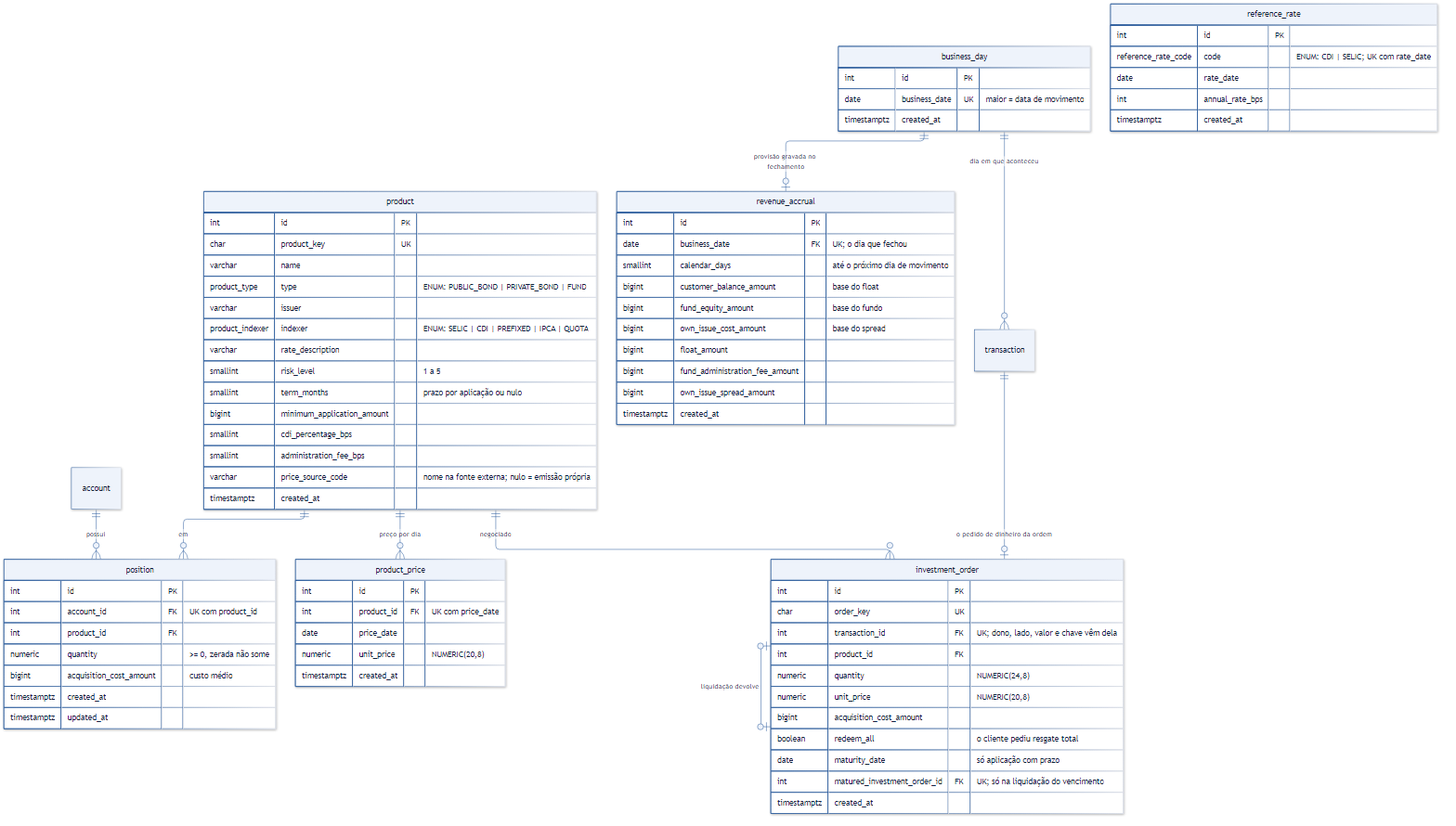
Before: docs/diagramas/er-produtos-e-ordens.png, a diagram exported from Mermaid (heluylucas/bootcamp-qi-tech-presidas-). Its source is kept beside it as docs/diagramas/er-produtos-e-ordens.mmd.
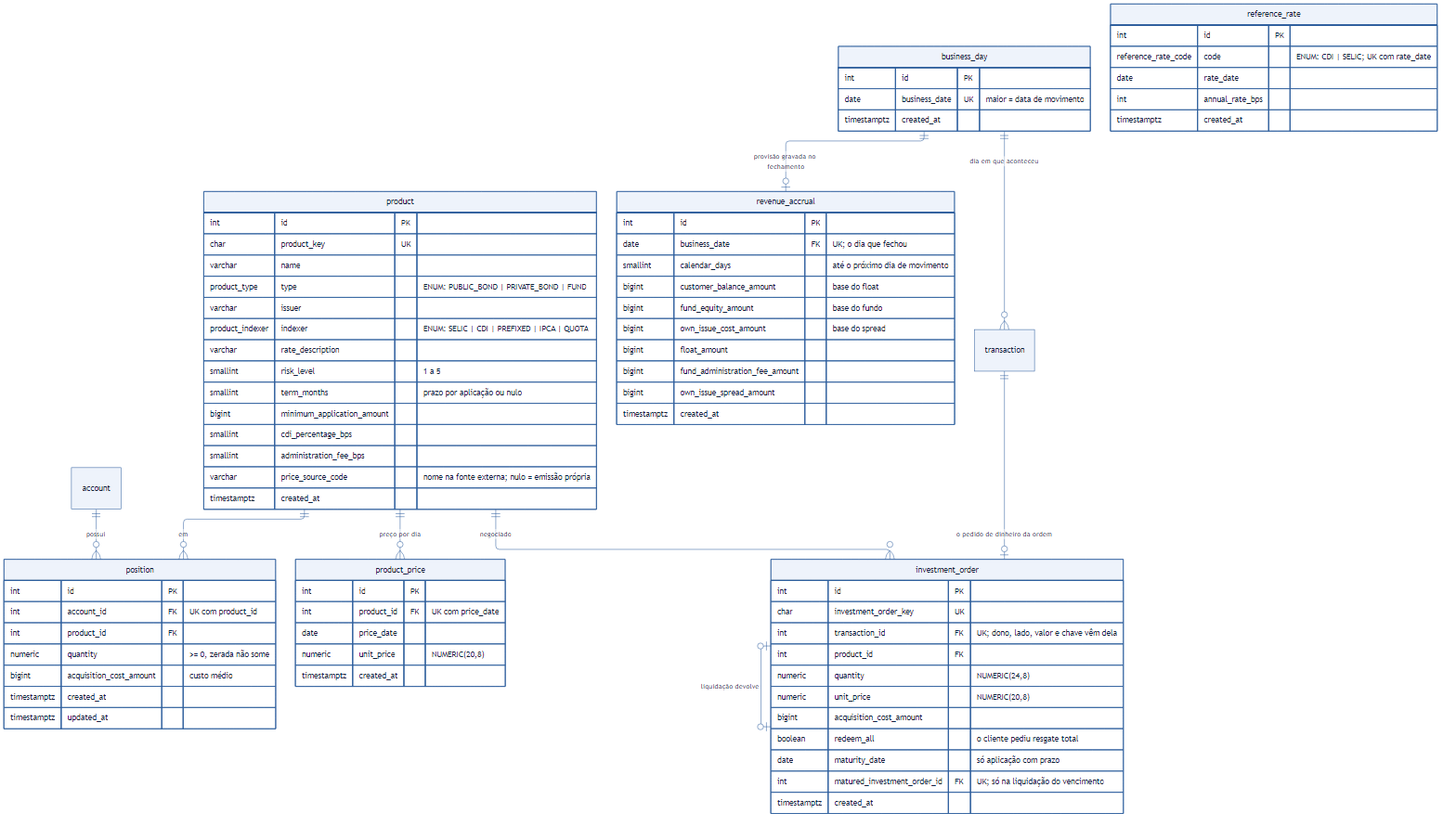
After the commit.

The edit, as a diff of the source:
```diff
@@ -1,5 +1,6 @@
 ---
 config:
+  look: classic
   theme: base
   themeVariables:
     primaryColor: "#eef3fb"
@@ -63,7 +64,7 @@
     }
     investment_order {
         int id PK
-        char order_key UK
+        char investment_order_key UK
         int transaction_id FK "UK; dono, lado, valor e chave vêm dela"
         int product_id FK
         numeric quantity "NUMERIC(24,8)"
```
